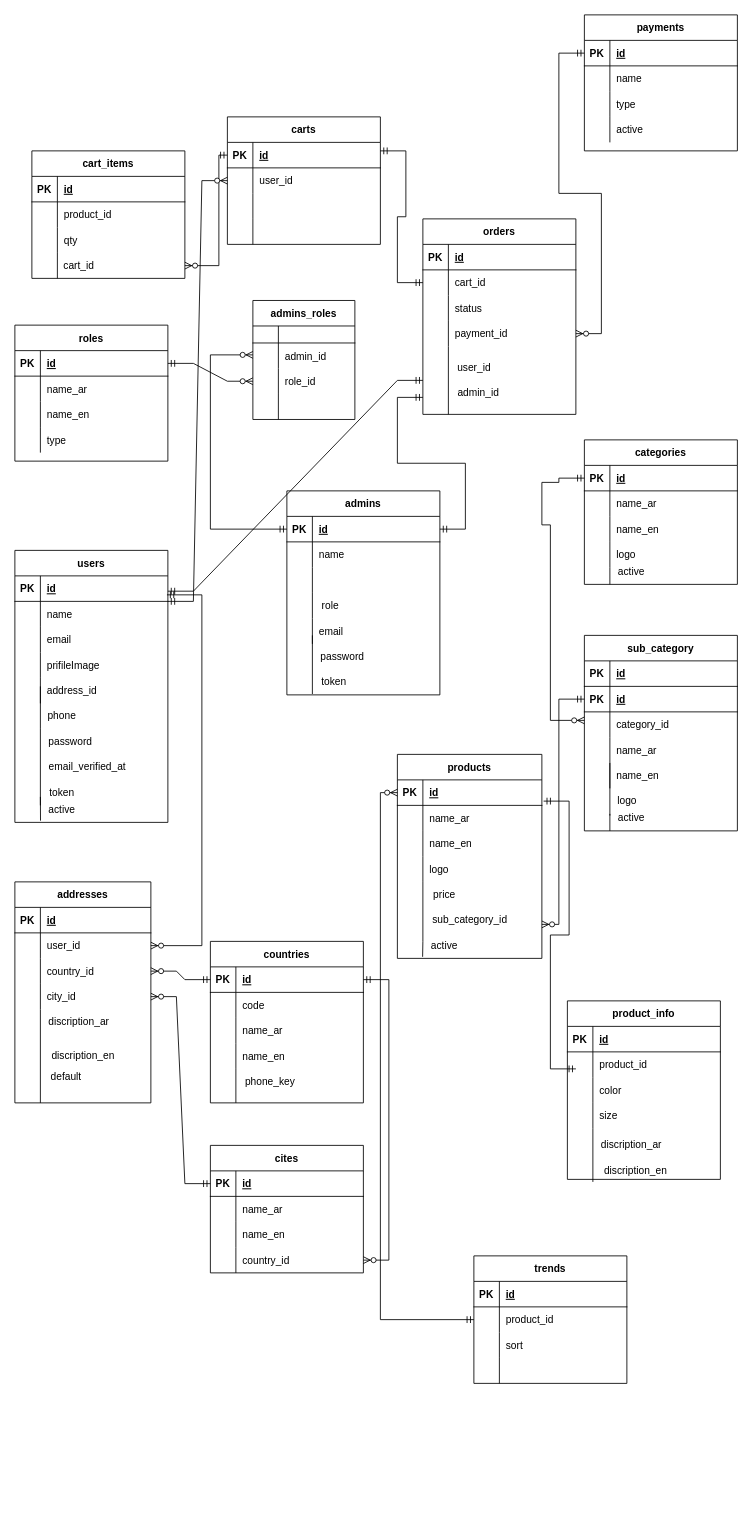
Before: blackpearl.drawio in MohammedRasol/blackPearl, a draw.io diagram. Source tidied: cells renumbered, new cells numbered last; positions are measured from the earlier drawing's top-left corner, leaving out a move shared by most shapes. Both pictures are drawn from the tidied source at 85%, with x=0, y=0 at pixel (14, 14).
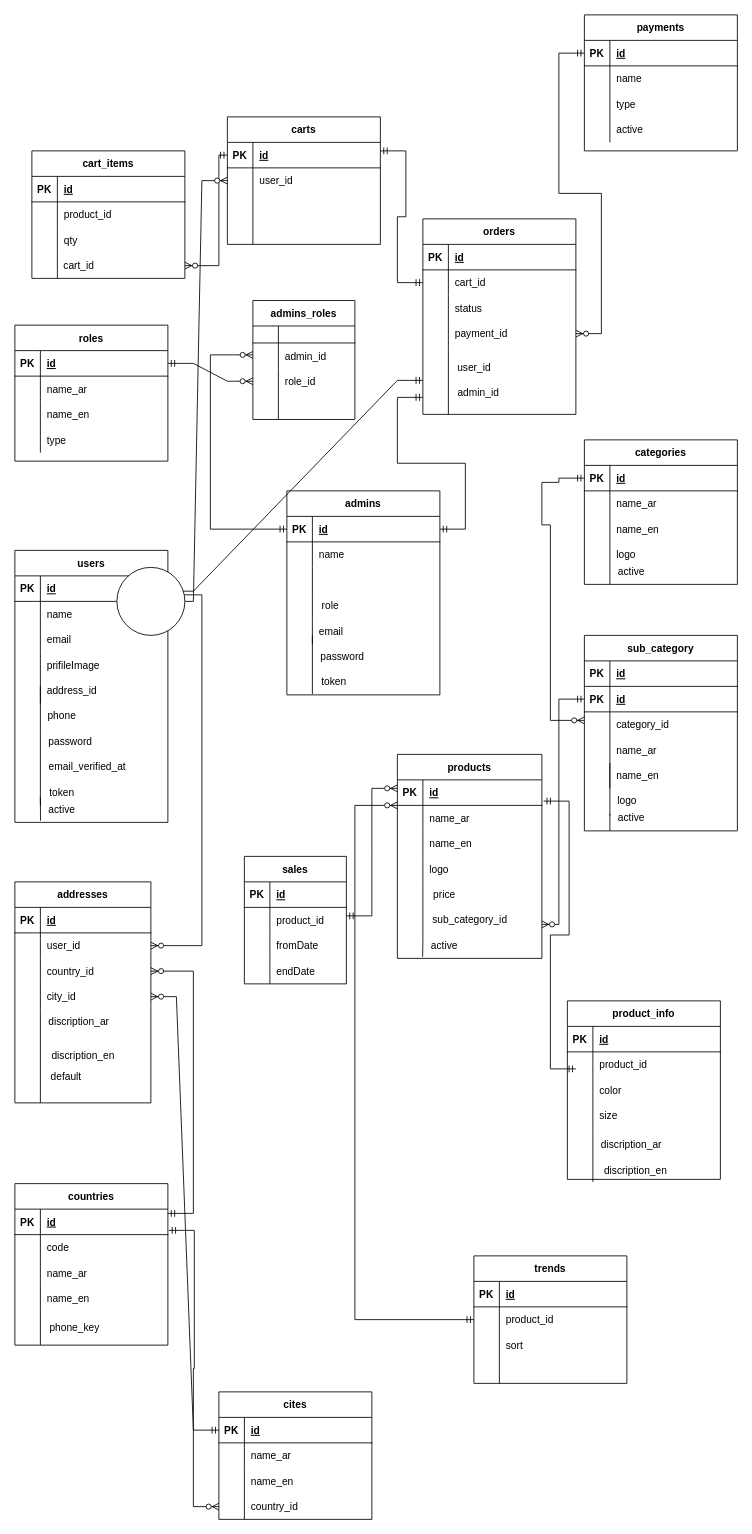
The same diagram, later.

Unchanged cells that the change refers to:
```xml
<mxCell id="58" style="shape=tableRow;horizontal=0;startSize=0;swimlaneHead=0;swimlaneBody=0;fillColor=none;points=[[0,0.5],[1,0.5]];portConstraint=eastwest;top=0;left=0;right=0;bottom=1;" parent="57" vertex="1">
  <mxGeometry y="30" width="170" height="30" as="geometry" />
</mxCell>
<mxCell id="61" style="shape=tableRow;horizontal=0;startSize=0;swimlaneHead=0;swimlaneBody=0;fillColor=none;points=[[0,0.5],[1,0.5]];portConstraint=eastwest;top=0;left=0;right=0;bottom=0;" parent="57" vertex="1">
  <mxGeometry y="60" width="170" height="30" as="geometry" />
</mxCell>
<mxCell id="74" style="shape=tableRow;horizontal=0;startSize=0;swimlaneHead=0;swimlaneBody=0;fillColor=none;points=[[0,0.5],[1,0.5]];portConstraint=eastwest;top=0;left=0;right=0;bottom=1;" parent="73" vertex="1">
  <mxGeometry y="30" width="180" height="30" as="geometry" />
</mxCell>
<mxCell id="114" style="shape=tableRow;horizontal=0;startSize=0;swimlaneHead=0;swimlaneBody=0;fillColor=none;points=[[0,0.5],[1,0.5]];portConstraint=eastwest;top=0;left=0;right=0;bottom=0;" parent="104" vertex="1">
  <mxGeometry y="120" width="180" height="30" as="geometry" />
</mxCell>
<mxCell id="126" style="shape=tableRow;horizontal=0;startSize=0;swimlaneHead=0;swimlaneBody=0;fillColor=none;points=[[0,0.5],[1,0.5]];portConstraint=eastwest;top=0;left=0;right=0;bottom=0;" parent="119" vertex="1">
  <mxGeometry y="90" width="160" height="30" as="geometry" />
</mxCell>
<mxCell id="163" style="shape=tableRow;horizontal=0;startSize=0;swimlaneHead=0;swimlaneBody=0;fillColor=none;points=[[0,0.5],[1,0.5]];portConstraint=eastwest;top=0;left=0;right=0;bottom=0;" parent="159" vertex="1">
  <mxGeometry y="60" width="180" height="30" as="geometry" />
</mxCell>
```

Diff of the diagram source:
```diff
@@
     <mxCell id="73" value="countries" style="shape=table;startSize=30;childLayout=tableLayout;rowLines=0;fontStyle=1;align=center;" parent="1" vertex="1">
-      <mxGeometry x="230" y="1090" width="180" height="190" as="geometry" />
+      <mxGeometry y="1375" width="180" height="190" as="geometry" />
     </mxCell>
@@
     <mxCell id="102" style="endArrow=none;html=1;rounded=0;" parent="1" edge="1">
       <mxGeometry relative="1" as="geometry">
-        <mxPoint x="260" y="1280" as="sourcePoint" />
-        <mxPoint x="260" y="1240" as="targetPoint" />
+        <mxPoint x="30" y="1565" as="sourcePoint" />
+        <mxPoint x="30" y="1525" as="targetPoint" />
       </mxGeometry>
     </mxCell>
     <mxCell id="103" value="phone_key" style="text;html=1;align=center;verticalAlign=middle;strokeColor=none;fillColor=none;" parent="1" vertex="1">
-      <mxGeometry x="260" y="1240" width="80" height="30" as="geometry" />
+      <mxGeometry x="30" y="1530" width="80" height="30" as="geometry" />
     </mxCell>
     <mxCell id="104" value="cites" style="shape=table;startSize=30;childLayout=tableLayout;rowLines=0;fontStyle=1;align=center;" parent="1" vertex="1">
-      <mxGeometry x="230" y="1330" width="180" height="150" as="geometry" />
+      <mxGeometry x="240" y="1620" width="180" height="150" as="geometry" />
     </mxCell>
@@
-    <mxCell id="117" style="edgeStyle=entityRelationEdgeStyle;fontSize=12;html=1;endArrow=ERzeroToMany;startArrow=ERmandOne;rounded=0;exitX=1;exitY=0.5;exitDx=0;exitDy=0;" parent="1" edge="1" source="74" target="114">
+    <mxCell id="117" style="edgeStyle=entityRelationEdgeStyle;fontSize=12;html=1;endArrow=ERzeroToMany;startArrow=ERmandOne;rounded=0;exitX=1.006;exitY=0.833;exitDx=0;exitDy=0;exitPerimeter=0;" parent="1" edge="1" source="74" target="114">
       <mxGeometry relative="1" as="geometry" />
     </mxCell>
@@
-    <mxCell id="135" style="edgeStyle=entityRelationEdgeStyle;fontSize=12;html=1;endArrow=ERzeroToMany;startArrow=ERmandOne;rounded=0;entryX=1;entryY=0.5;entryDx=0;entryDy=0;exitX=0;exitY=0.5;exitDx=0;exitDy=0;" parent="1" edge="1" source="74" target="126">
-      <mxGeometry relative="1" as="geometry" />
+    <mxCell id="135" style="edgeStyle=entityRelationEdgeStyle;fontSize=12;html=1;endArrow=ERzeroToMany;startArrow=ERmandOne;rounded=0;entryX=1;entryY=0.5;entryDx=0;entryDy=0;" parent="1" edge="1" target="126">
+      <mxGeometry relative="1" as="geometry">
+        <mxPoint x="180" y="1410" as="sourcePoint" />
+      </mxGeometry>
     </mxCell>
@@
-    <mxCell id="172" style="edgeStyle=orthogonalEdgeStyle;fontSize=12;html=1;endArrow=ERzeroToMany;startArrow=ERmandOne;rounded=0;entryX=0;entryY=0.5;entryDx=0;entryDy=0;exitX=0;exitY=0.5;exitDx=0;exitDy=0;" parent="1" edge="1" source="163" target="58">
+    <mxCell id="172" style="edgeStyle=orthogonalEdgeStyle;fontSize=12;html=1;endArrow=ERzeroToMany;startArrow=ERmandOne;rounded=0;exitX=0;exitY=0.5;exitDx=0;exitDy=0;entryX=0;entryY=0;entryDx=0;entryDy=0;entryPerimeter=0;" parent="1" edge="1" source="163" target="61">
       <mxGeometry relative="1" as="geometry">
         <Array as="points">
-          <mxPoint x="430" y="1535" />
-          <mxPoint x="430" y="915" />
+          <mxPoint x="400" y="1535" />
+          <mxPoint x="400" y="930" />
         </Array>
       </mxGeometry>
     </mxCell>
@@
+    <mxCell id="270" value="sales" style="shape=table;startSize=30;childLayout=tableLayout;rowLines=0;fontStyle=1;align=center;" parent="1" vertex="1">
+      <mxGeometry x="270" y="990" width="120" height="150" as="geometry" />
+    </mxCell>
+    <mxCell id="271" style="shape=tableRow;horizontal=0;startSize=0;swimlaneHead=0;swimlaneBody=0;fillColor=none;top=0;left=0;right=0;bottom=1;" parent="270" vertex="1">
+      <mxGeometry y="30" width="120" height="30" as="geometry" />
+    </mxCell>
+    <mxCell id="272" value="PK" style="shape=partialRectangle;fillColor=none;top=0;left=0;bottom=0;right=0;fontStyle=1;overflow=hidden;" parent="271" vertex="1">
+      <mxGeometry width="30" height="30" as="geometry" />
+    </mxCell>
+    <mxCell id="273" value="id" style="shape=partialRectangle;fillColor=none;top=0;left=0;bottom=0;right=0;align=left;spacingLeft=6;fontStyle=5;overflow=hidden;" parent="271" vertex="1">
+      <mxGeometry x="30" width="90" height="30" as="geometry" />
+    </mxCell>
+    <mxCell id="274" style="shape=tableRow;horizontal=0;startSize=0;swimlaneHead=0;swimlaneBody=0;fillColor=none;top=0;left=0;right=0;bottom=0;" parent="270" vertex="1">
+      <mxGeometry y="60" width="120" height="30" as="geometry" />
+    </mxCell>
+    <mxCell id="275" style="shape=partialRectangle;fillColor=none;top=0;left=0;bottom=0;right=0;overflow=hidden;" parent="274" vertex="1">
+      <mxGeometry width="30" height="30" as="geometry" />
+    </mxCell>
+    <mxCell id="276" value="product_id" style="shape=partialRectangle;fillColor=none;top=0;left=0;bottom=0;right=0;align=left;spacingLeft=6;overflow=hidden;" parent="274" vertex="1">
+      <mxGeometry x="30" width="90" height="30" as="geometry" />
+    </mxCell>
+    <mxCell id="277" style="shape=tableRow;horizontal=0;startSize=0;swimlaneHead=0;swimlaneBody=0;fillColor=none;top=0;left=0;right=0;bottom=0;" parent="270" vertex="1">
+      <mxGeometry y="90" width="120" height="30" as="geometry" />
+    </mxCell>
+    <mxCell id="278" style="shape=partialRectangle;fillColor=none;top=0;left=0;bottom=0;right=0;overflow=hidden;" parent="277" vertex="1">
+      <mxGeometry width="30" height="30" as="geometry" />
+    </mxCell>
+    <mxCell id="279" value="fromDate" style="shape=partialRectangle;fillColor=none;top=0;left=0;bottom=0;right=0;align=left;spacingLeft=6;overflow=hidden;" parent="277" vertex="1">
+      <mxGeometry x="30" width="90" height="30" as="geometry" />
+    </mxCell>
+    <mxCell id="280" style="shape=tableRow;horizontal=0;startSize=0;swimlaneHead=0;swimlaneBody=0;fillColor=none;top=0;left=0;right=0;bottom=0;" parent="270" vertex="1">
+      <mxGeometry y="120" width="120" height="30" as="geometry" />
+    </mxCell>
+    <mxCell id="281" style="shape=partialRectangle;fillColor=none;top=0;left=0;bottom=0;right=0;overflow=hidden;" parent="280" vertex="1">
+      <mxGeometry width="30" height="30" as="geometry" />
+    </mxCell>
+    <mxCell id="282" value="endDate" style="shape=partialRectangle;fillColor=none;top=0;left=0;bottom=0;right=0;align=left;spacingLeft=6;overflow=hidden;" parent="280" vertex="1">
+      <mxGeometry x="30" width="90" height="30" as="geometry" />
+    </mxCell>
+    <mxCell id="283" style="edgeStyle=entityRelationEdgeStyle;fontSize=12;html=1;endArrow=ERzeroToMany;startArrow=ERmandOne;rounded=0;entryX=0;entryY=0.333;entryDx=0;entryDy=0;entryPerimeter=0;" parent="1" edge="1" target="58">
+      <mxGeometry relative="1" as="geometry">
+        <mxPoint x="390" y="1060" as="sourcePoint" />
+      </mxGeometry>
+    </mxCell>
+    <mxCell id="284" style="ellipse;whiteSpace=wrap;html=1;" parent="1" vertex="1">
+      <mxGeometry x="120" y="650" width="80" height="80" as="geometry" />
+    </mxCell>
```
